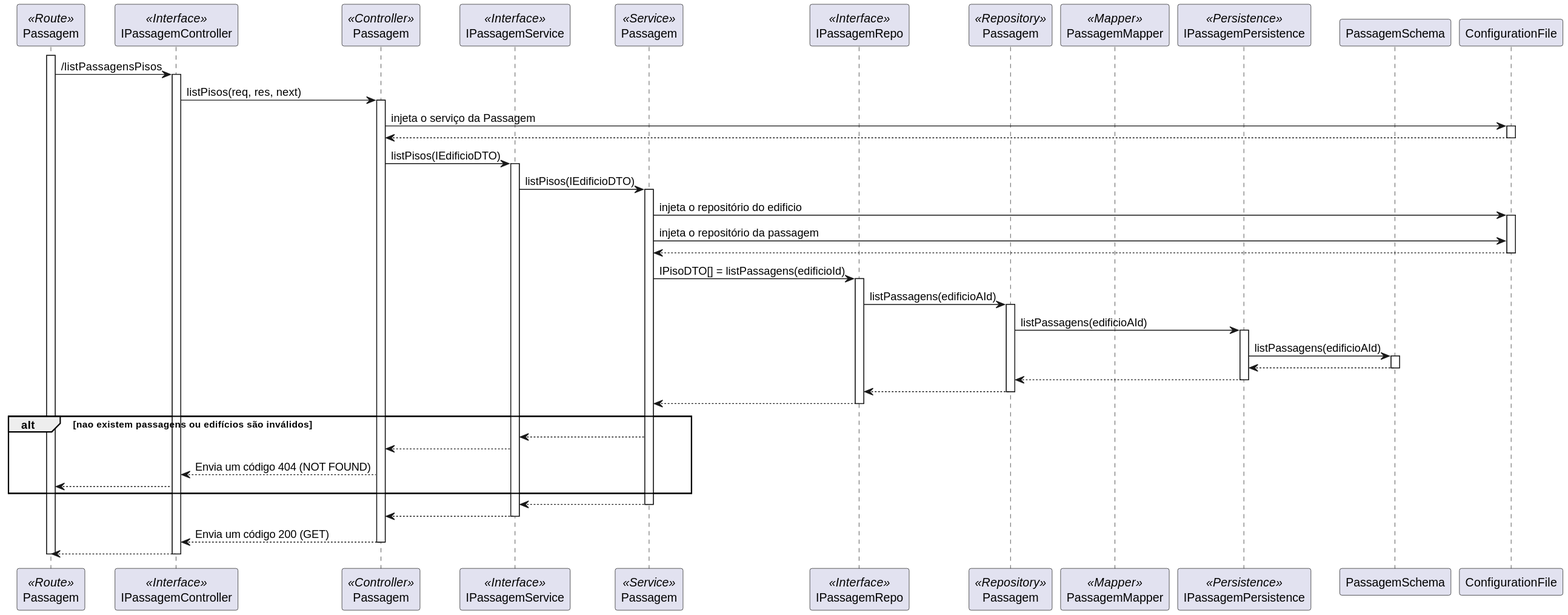
This is docs/use_cases/UC220/Nível 3/vp3.svg from SlimJesus25/SEM5_PI, a PlantUML export, as it was before one commit.
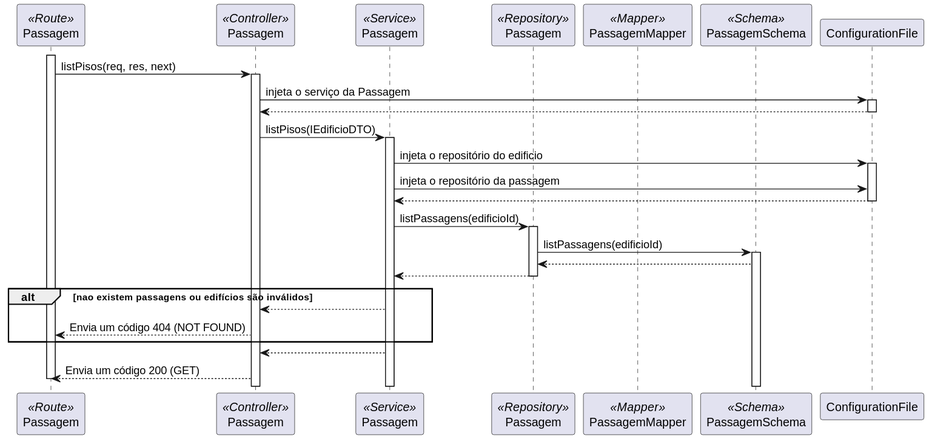
Later version of the same file.

Commit message:
Updated process level 3 diagram #7

What changed in the source:
```diff
@@ -1,67 +1,41 @@
 @startuml sd
 
 participant Passagem as route <<Route>>
-participant IPassagemController as ictrl <<Interface>>
 participant Passagem as ctrl <<Controller>>
-participant IPassagemService as isvc <<Interface>>
 participant Passagem as svc <<Service>>
-participant IPassagemRepo as irepo <<Interface>>
 participant Passagem as repo <<Repository>>
 participant PassagemMapper as mapper <<Mapper>>
-participant IPassagemPersistence as ischema <<Persistence>>
-participant PassagemSchema as schema
+participant PassagemSchema as schema  <<Schema>>
 participant ConfigurationFile as conf
 
 
 activate route
-route -> ictrl : /listPassagensPisos
-activate ictrl
-ictrl -> ctrl : listPisos(req, res, next)
+route -> ctrl : listPisos(req, res, next)
 activate ctrl
 ctrl -> conf : injeta o serviço da Passagem
 activate conf
 conf --> ctrl
 deactivate conf
-ctrl -> isvc : listPisos(IEdificioDTO)
-activate isvc
-isvc -> svc : listPisos(IEdificioDTO)
+ctrl -> svc : listPisos(IEdificioDTO)
 activate svc
 svc -> conf : injeta o repositório do edificio
 activate conf
 svc -> conf : injeta o repositório da passagem
 conf --> svc
 deactivate conf
-svc -> irepo : IPisoDTO[] = listPassagens(edificioId)
-activate irepo
-irepo -> repo : listPassagens(edificioAId)
+svc -> repo : listPassagens(edificioId)
 activate repo
-repo -> ischema : listPassagens(edificioAId)
-activate ischema
-ischema -> schema : listPassagens(edificioAId)
+repo -> schema : listPassagens(edificioId)
 activate schema
-schema --> ischema
-deactivate schema
-ischema --> repo
-deactivate ischema
-repo --> irepo
+schema --> repo
+repo --> svc
 deactivate repo
-irepo --> svc
-deactivate irepo
 alt nao existem passagens ou edifícios são inválidos
-    svc --> isvc
-    isvc --> ctrl
-    ctrl --> ictrl : Envia um código 404 (NOT FOUND)
-    ictrl --> route
+    svc --> ctrl
+    ctrl --> route : Envia um código 404 (NOT FOUND)
 end
-svc --> isvc
-deactivate svc
-isvc --> ctrl
-deactivate isvc
-ctrl --> ictrl : Envia um código 200 (GET)
-
-deactivate ctrl
-ictrl --> route
-deactivate ictrl
+svc --> ctrl
+ctrl --> route : Envia um código 200 (GET)
 deactivate route
 
 @enduml
```
